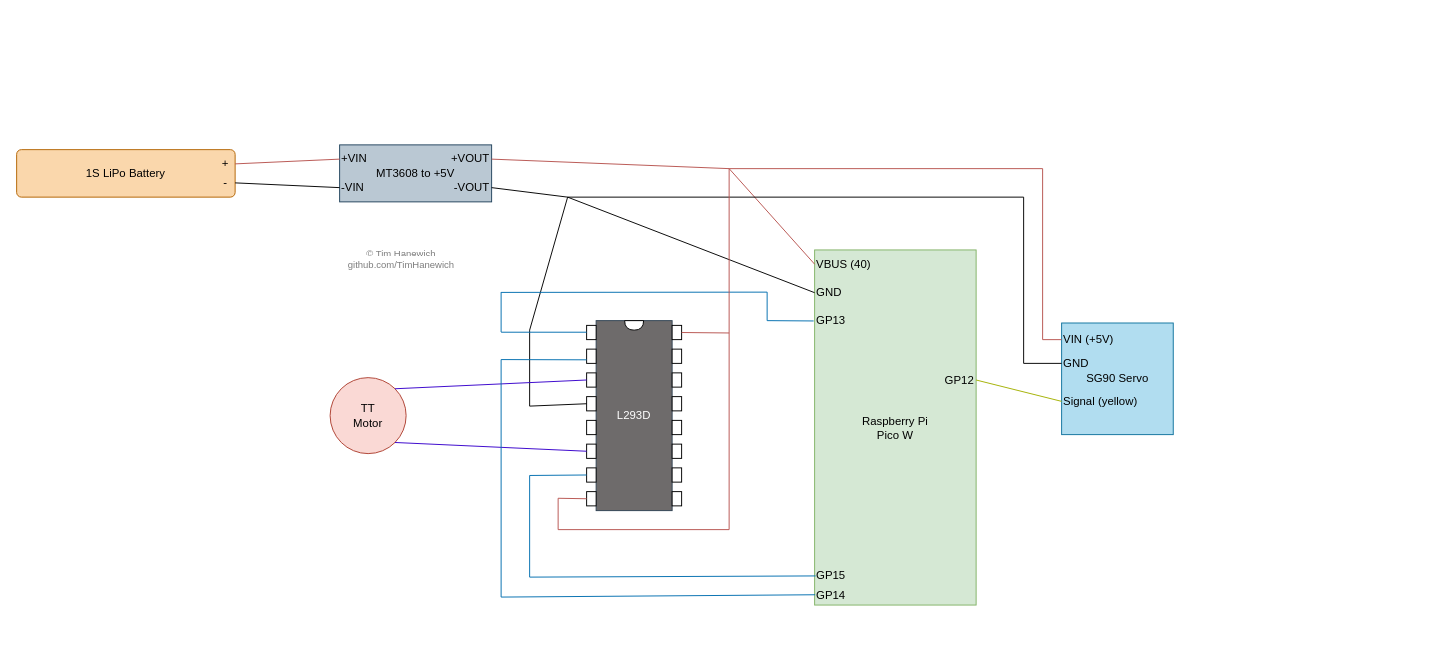
This is wiring.drawio from TimHanewich/ranger, a draw.io file, before an edit. Source tidied: cells renumbered, new cells numbered last; positions are measured from the earlier drawing's top-left corner, leaving out a move shared by most shapes. Both pictures are drawn from the tidied source at 95%, with x=0, y=0 at pixel (16, 144).
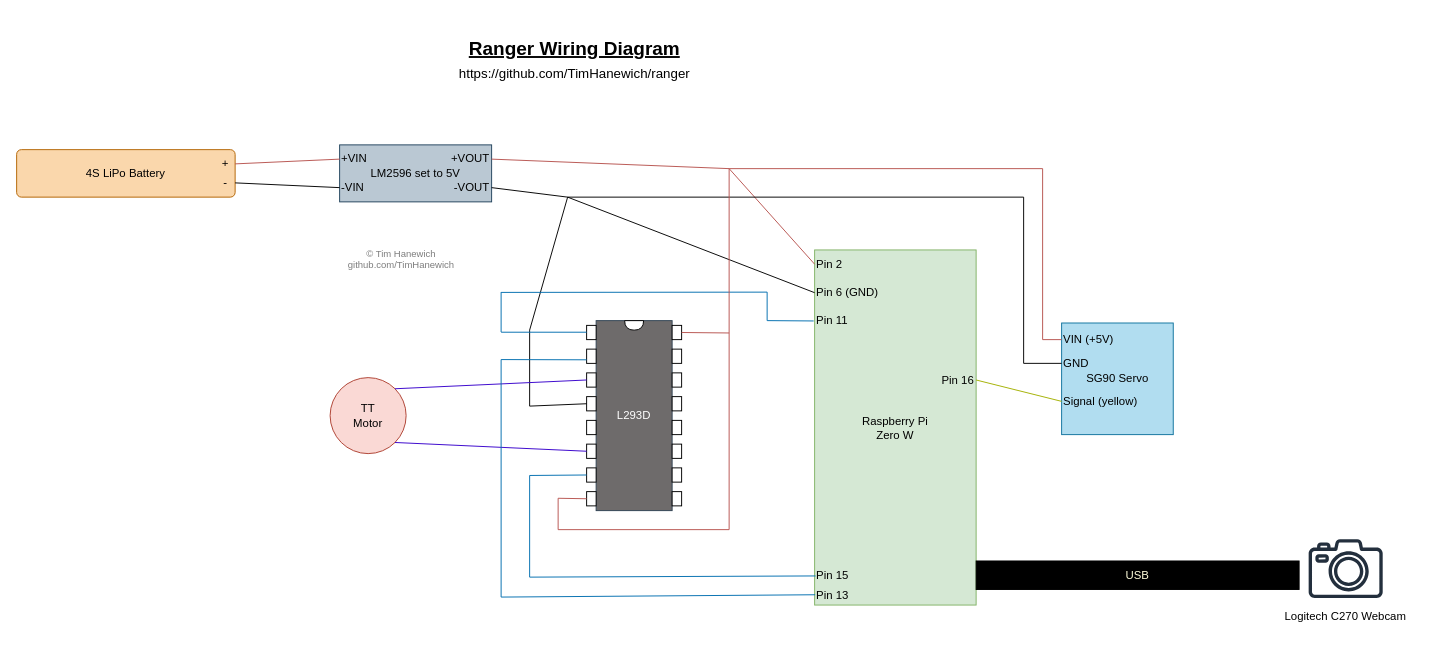
After the change.

Commit message:
Updated wiring diagram

What changed in the source:
```diff
@@
-    <mxCell id="20" value="1S LiPo Battery" style="rounded=1;whiteSpace=wrap;html=1;arcSize=10;fillColor=#fad7ac;strokeColor=#b46504;" parent="1" vertex="1">
+    <mxCell id="20" value="4S LiPo Battery" style="rounded=1;whiteSpace=wrap;html=1;arcSize=10;fillColor=#fad7ac;strokeColor=#b46504;" parent="1" vertex="1">
       <mxGeometry y="5" width="230" height="50" as="geometry" />
     </mxCell>
@@
-    <mxCell id="23" value="MT3608 to +5V" style="rounded=0;whiteSpace=wrap;html=1;fillColor=#bac8d3;strokeColor=#23445d;" parent="1" vertex="1">
+    <mxCell id="23" value="LM2596 set to 5V" style="rounded=0;whiteSpace=wrap;html=1;fillColor=#bac8d3;strokeColor=#23445d;" parent="1" vertex="1">
       <mxGeometry x="340" width="160" height="60" as="geometry" />
     </mxCell>
@@
-    <mxCell id="30" value="Raspberry Pi&lt;br&gt;Pico W" style="rounded=0;whiteSpace=wrap;html=1;align=center;fillColor=#d5e8d4;gradientColor=none;strokeColor=#82b366;" parent="1" vertex="1">
+    <mxCell id="30" value="Raspberry Pi&lt;div&gt;Zero W&lt;/div&gt;" style="rounded=0;whiteSpace=wrap;html=1;align=center;fillColor=#d5e8d4;gradientColor=none;strokeColor=#82b366;" parent="1" vertex="1">
       <mxGeometry x="840" y="110.6" width="170" height="373.8" as="geometry" />
     </mxCell>
@@
-    <mxCell id="33" value="VBUS (40)" style="text;html=1;strokeColor=none;fillColor=none;align=left;verticalAlign=middle;whiteSpace=wrap;rounded=0;" parent="1" vertex="1">
+    <mxCell id="33" value="Pin 2" style="text;html=1;strokeColor=none;fillColor=none;align=left;verticalAlign=middle;whiteSpace=wrap;rounded=0;" parent="1" vertex="1">
       <mxGeometry x="840" y="110.6" width="80" height="30" as="geometry" />
     </mxCell>
@@
-    <mxCell id="35" value="GND" style="text;html=1;strokeColor=none;fillColor=none;align=left;verticalAlign=middle;whiteSpace=wrap;rounded=0;" parent="1" vertex="1">
+    <mxCell id="35" value="Pin 6 (GND)" style="text;html=1;strokeColor=none;fillColor=none;align=left;verticalAlign=middle;whiteSpace=wrap;rounded=0;" parent="1" vertex="1">
       <mxGeometry x="840" y="140.6" width="80" height="30" as="geometry" />
     </mxCell>
@@
-    <mxCell id="50" value="GP15" style="text;html=1;strokeColor=none;fillColor=none;align=left;verticalAlign=middle;whiteSpace=wrap;rounded=0;" parent="1" vertex="1">
+    <mxCell id="50" value="Pin 15" style="text;html=1;strokeColor=none;fillColor=none;align=left;verticalAlign=middle;whiteSpace=wrap;rounded=0;" parent="1" vertex="1">
       <mxGeometry x="840" y="438" width="80" height="30" as="geometry" />
     </mxCell>
-    <mxCell id="51" value="GP14" style="text;html=1;strokeColor=none;fillColor=none;align=left;verticalAlign=middle;whiteSpace=wrap;rounded=0;" parent="1" vertex="1">
+    <mxCell id="51" value="Pin 13" style="text;html=1;strokeColor=none;fillColor=none;align=left;verticalAlign=middle;whiteSpace=wrap;rounded=0;" parent="1" vertex="1">
       <mxGeometry x="840" y="459" width="80" height="30" as="geometry" />
     </mxCell>
@@
-    <mxCell id="57" value="GP13" style="text;html=1;strokeColor=none;fillColor=none;align=left;verticalAlign=middle;whiteSpace=wrap;rounded=0;" parent="1" vertex="1">
+    <mxCell id="57" value="Pin 11" style="text;html=1;strokeColor=none;fillColor=none;align=left;verticalAlign=middle;whiteSpace=wrap;rounded=0;" parent="1" vertex="1">
       <mxGeometry x="840" y="170" width="80" height="30" as="geometry" />
     </mxCell>
@@
-    <mxCell id="67" value="GP12" style="text;html=1;strokeColor=none;fillColor=none;align=right;verticalAlign=middle;whiteSpace=wrap;rounded=0;" parent="1" vertex="1">
+    <mxCell id="67" value="Pin 16" style="text;html=1;strokeColor=none;fillColor=none;align=right;verticalAlign=middle;whiteSpace=wrap;rounded=0;" parent="1" vertex="1">
       <mxGeometry x="930" y="232.5" width="80" height="30" as="geometry" />
     </mxCell>
@@
+    <mxCell id="75" value="&lt;b&gt;&lt;u&gt;Ranger Wiring Diagram&lt;/u&gt;&lt;/b&gt;&lt;div&gt;&lt;font style=&quot;font-size: 14px;&quot;&gt;https://github.com/TimHanewich/ranger&lt;/font&gt;&lt;/div&gt;" style="text;html=1;align=center;verticalAlign=middle;whiteSpace=wrap;rounded=0;fontSize=20;" parent="1" vertex="1">
+      <mxGeometry x="380" y="-135" width="415" height="90" as="geometry" />
+    </mxCell>
+    <mxCell id="76" value="&lt;font color=&quot;#fffddb&quot;&gt;USB&lt;/font&gt;" style="rounded=0;whiteSpace=wrap;html=1;fillColor=#000000;" parent="1" vertex="1">
+      <mxGeometry x="1010" y="438" width="340" height="30" as="geometry" />
+    </mxCell>
+    <mxCell id="77" style="sketch=0;fontColor=#232F3E;gradientColor=none;fillColor=#232F3D;strokeColor=none;dashed=0;verticalLabelPosition=bottom;verticalAlign=top;align=center;html=1;fontSize=12;fontStyle=0;shape=mxgraph.aws4.camera2;" parent="1" vertex="1">
+      <mxGeometry x="1360" y="415" width="78" height="62" as="geometry" />
+    </mxCell>
+    <mxCell id="78" value="Logitech C270 Webcam" style="text;html=1;align=center;verticalAlign=middle;whiteSpace=wrap;rounded=0;" parent="1" vertex="1">
+      <mxGeometry x="1329" y="477" width="140" height="40.6" as="geometry" />
+    </mxCell>
```
